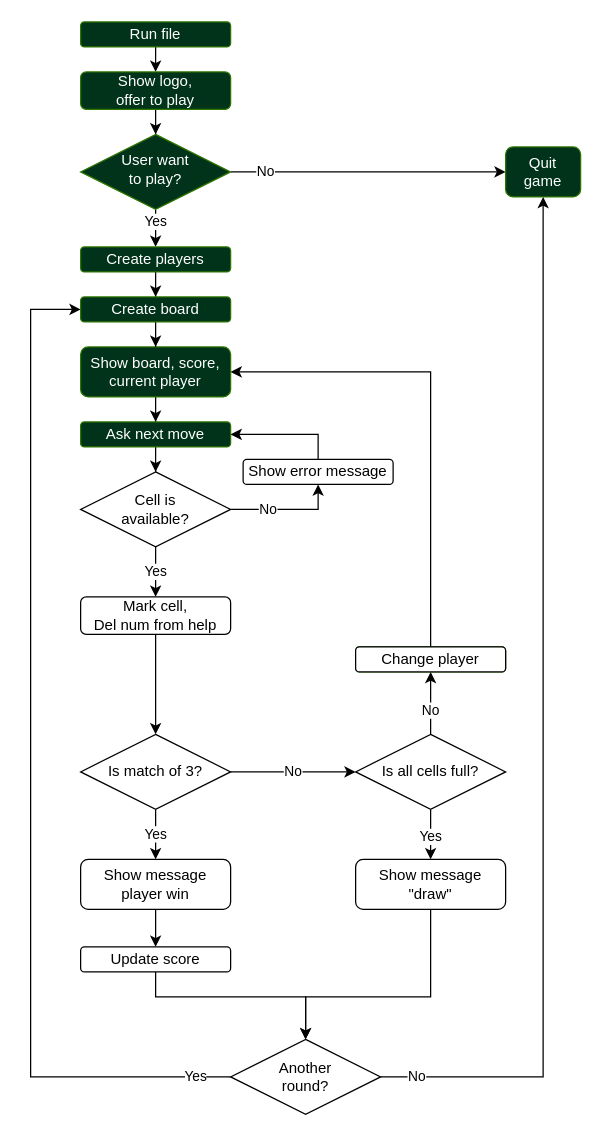
This is flowchart.drawio from k-yakovlev/tic-tac-toe, a draw.io file, before an edit. Source tidied: cells renumbered, new cells numbered last; positions are measured from the earlier drawing's top-left corner, leaving out a move shared by most shapes. Both pictures are drawn from the tidied source at 125%, with x=0, y=0 at pixel (30, 21).
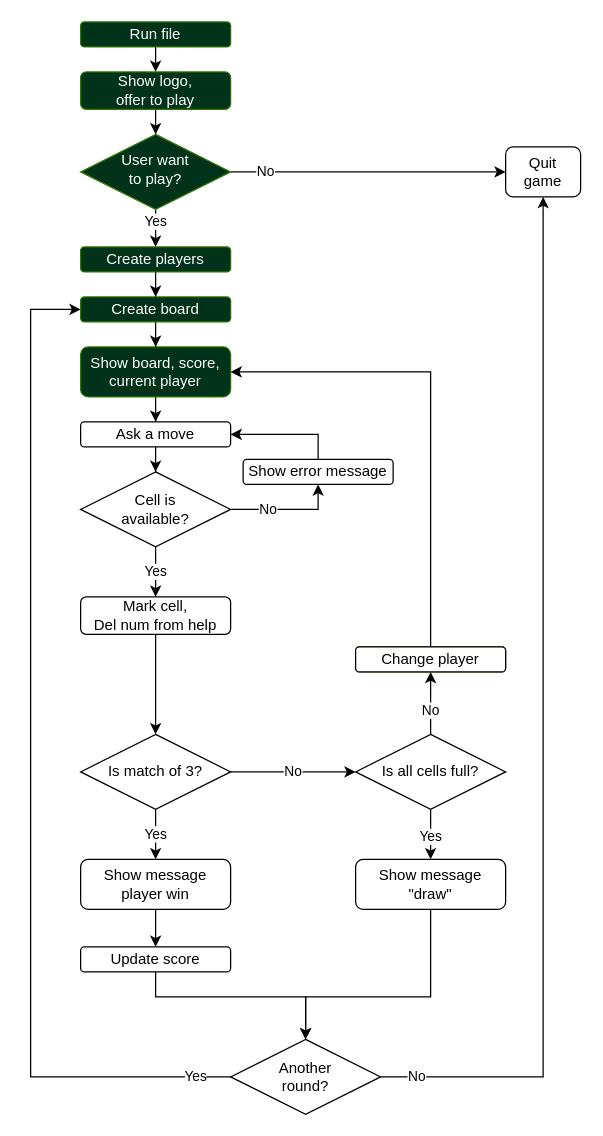
The same page after the edit.

Commit message (it also covers changes not shown here):
Fix cell_unavailable() to cell_is_available().

The edit, as a diff of the source:
```diff
@@
-    <mxCell id="8" value="Quit &lt;br&gt;game" style="rounded=1;whiteSpace=wrap;html=1;fontSize=12;glass=0;strokeWidth=1;shadow=0;strokeColor=#2D7600;fontColor=#ffffff;fillColor=#00331A;" parent="1" vertex="1">
+    <mxCell id="8" value="Quit &lt;br&gt;game" style="rounded=1;whiteSpace=wrap;html=1;fontSize=12;glass=0;strokeWidth=1;shadow=0;" parent="1" vertex="1">
       <mxGeometry x="380" y="100" width="60" height="40" as="geometry" />
     </mxCell>
@@
-    <mxCell id="21" value="Ask next move" style="whiteSpace=wrap;html=1;rounded=1;strokeColor=#2D7600;fontColor=#ffffff;fillColor=#00331A;" parent="1" vertex="1">
+    <mxCell id="21" value="Ask a move" style="whiteSpace=wrap;html=1;rounded=1;" parent="1" vertex="1">
       <mxGeometry x="40" y="320" width="120" height="20" as="geometry" />
     </mxCell>
```
